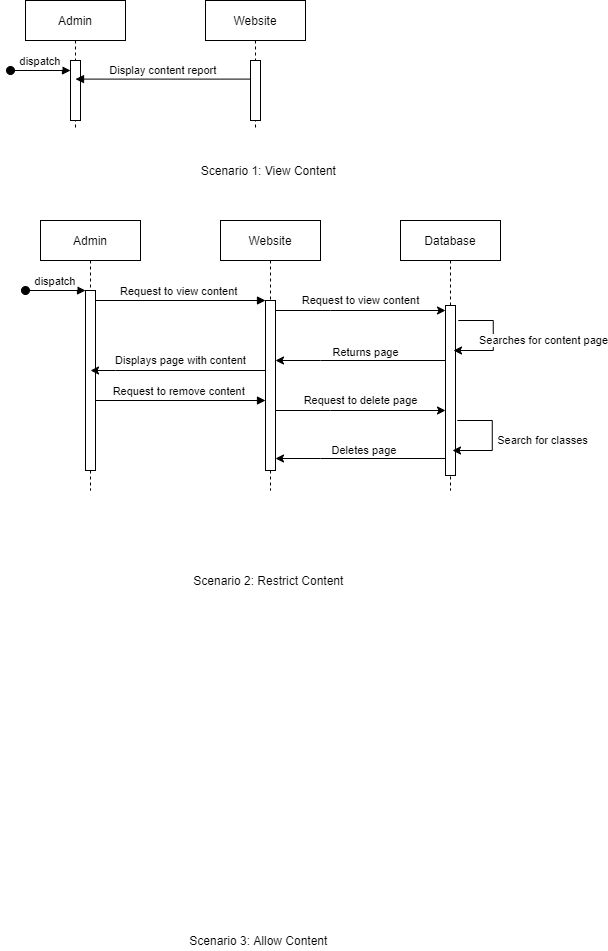
Earlier version of the draw.io export Deliverables/Week_3/Use_Case/Administrator/Sequence Diagrams/Manage Social.png (Hanandrof/Group-3-Repository). Source tidied: cells renumbered, new cells last; positions are measured from the earlier drawing's top-left corner, leaving out a move shared by most shapes.
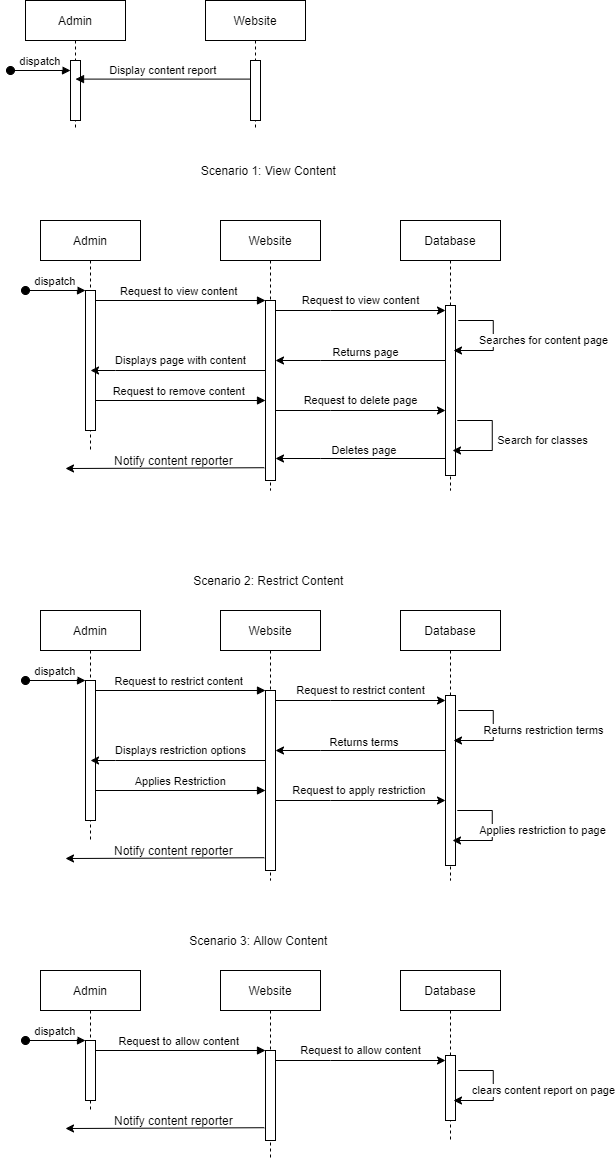
Above is the later version.

What changed in the source:
```diff
@@ -32,10 +32,10 @@
       <mxGeometry x="110" y="930" width="280" height="20" as="geometry" />
     </mxCell>
     <mxCell id="11" value="Admin" style="shape=umlLifeline;perimeter=lifelinePerimeter;rounded=0;shadow=0;strokeWidth=1;" parent="1" vertex="1">
-      <mxGeometry x="30" y="220" width="100" height="270" as="geometry" />
+      <mxGeometry x="30" y="220" width="100" height="230" as="geometry" />
     </mxCell>
     <mxCell id="12" style="points=[];perimeter=orthogonalPerimeter;rounded=0;shadow=0;strokeWidth=1;" parent="11" vertex="1">
-      <mxGeometry x="45" y="70" width="10" height="180" as="geometry" />
+      <mxGeometry x="45" y="70" width="10" height="140" as="geometry" />
     </mxCell>
     <mxCell id="13" value="dispatch" style="verticalAlign=bottom;startArrow=oval;endArrow=block;startSize=8;shadow=0;strokeWidth=1;" parent="11" edge="1" target="12">
       <mxGeometry relative="1" as="geometry">
@@ -46,7 +46,7 @@
       <mxGeometry x="210" y="220" width="100" height="270" as="geometry" />
     </mxCell>
     <mxCell id="15" style="points=[];perimeter=orthogonalPerimeter;rounded=0;shadow=0;strokeWidth=1;" parent="14" vertex="1">
-      <mxGeometry x="45" y="80" width="10" height="170" as="geometry" />
+      <mxGeometry x="45" y="80" width="10" height="180" as="geometry" />
     </mxCell>
     <mxCell id="16" value="Request to view content " style="verticalAlign=bottom;endArrow=block;entryX=0;entryY=0;shadow=0;strokeWidth=1;" parent="1" edge="1" source="12" target="15">
       <mxGeometry relative="1" as="geometry" />
@@ -146,5 +146,186 @@
         </Array>
       </mxGeometry>
     </mxCell>
+    <mxCell id="30" style="endArrow=classic;html=1;exitX=-0.124;exitY=0.929;exitDx=0;exitDy=0;exitPerimeter=0;" parent="1" edge="1" source="15">
+      <mxGeometry relative="1" as="geometry">
+        <mxPoint x="55" y="468" as="targetPoint" />
+      </mxGeometry>
+    </mxCell>
+    <mxCell id="31" value="Notify content reporter&amp;nbsp;" style="text;html=1;strokeColor=none;fillColor=none;align=center;verticalAlign=middle;whiteSpace=wrap;rounded=0;" parent="1" vertex="1">
+      <mxGeometry x="85" y="450" width="160" height="20" as="geometry" />
+    </mxCell>
+    <mxCell id="32" value="Admin" style="shape=umlLifeline;perimeter=lifelinePerimeter;rounded=0;shadow=0;strokeWidth=1;" parent="1" vertex="1">
+      <mxGeometry x="30" y="610" width="100" height="230" as="geometry" />
+    </mxCell>
+    <mxCell id="33" style="points=[];perimeter=orthogonalPerimeter;rounded=0;shadow=0;strokeWidth=1;" parent="32" vertex="1">
+      <mxGeometry x="45" y="70" width="10" height="140" as="geometry" />
+    </mxCell>
+    <mxCell id="34" value="dispatch" style="verticalAlign=bottom;startArrow=oval;endArrow=block;startSize=8;shadow=0;strokeWidth=1;" parent="32" edge="1" target="33">
+      <mxGeometry relative="1" as="geometry">
+        <mxPoint x="-15" y="70" as="sourcePoint" />
+      </mxGeometry>
+    </mxCell>
+    <mxCell id="35" value="Website" style="shape=umlLifeline;perimeter=lifelinePerimeter;rounded=0;shadow=0;strokeWidth=1;" parent="1" vertex="1">
+      <mxGeometry x="210" y="610" width="100" height="270" as="geometry" />
+    </mxCell>
+    <mxCell id="36" style="points=[];perimeter=orthogonalPerimeter;rounded=0;shadow=0;strokeWidth=1;" parent="35" vertex="1">
+      <mxGeometry x="45" y="80" width="10" height="180" as="geometry" />
+    </mxCell>
+    <mxCell id="37" value="Request to restrict content " style="verticalAlign=bottom;endArrow=block;entryX=0;entryY=0;shadow=0;strokeWidth=1;" parent="1" edge="1" source="33" target="36">
+      <mxGeometry relative="1" as="geometry" />
+    </mxCell>
+    <mxCell id="38" value="Database" style="shape=umlLifeline;perimeter=lifelinePerimeter;rounded=0;shadow=0;strokeWidth=1;" parent="1" vertex="1">
+      <mxGeometry x="390" y="610" width="100" height="270" as="geometry" />
+    </mxCell>
+    <mxCell id="39" style="perimeter=orthogonalPerimeter;rounded=0;shadow=0;strokeWidth=1;" parent="38" vertex="1">
+      <mxGeometry x="45" y="85" width="10" height="170" as="geometry" />
+    </mxCell>
+    <mxCell id="40" style="edgeStyle=orthogonalEdgeStyle;rounded=0;jettySize=auto;html=1;" parent="1" edge="1" source="36" target="32">
+      <mxGeometry relative="1" as="geometry">
+        <Array as="points">
+          <mxPoint x="105" y="760" />
+          <mxPoint x="105" y="760" />
+        </Array>
+      </mxGeometry>
+    </mxCell>
+    <mxCell id="41" value="Displays restriction options" style="edgeLabel;html=1;align=center;verticalAlign=middle;" parent="40" vertex="1">
+      <mxGeometry x="0.15" y="-1" relative="1" as="geometry">
+        <mxPoint x="15.7" y="-9" as="offset" />
+      </mxGeometry>
+    </mxCell>
+    <mxCell id="42" value="Applies Restriction" style="verticalAlign=bottom;endArrow=block;entryX=0;entryY=0;shadow=0;strokeWidth=1;" parent="1" edge="1">
+      <mxGeometry relative="1" as="geometry">
+        <mxPoint x="85" y="790" as="sourcePoint" />
+        <mxPoint x="255" y="790" as="targetPoint" />
+      </mxGeometry>
+    </mxCell>
+    <mxCell id="43" style="edgeStyle=orthogonalEdgeStyle;rounded=0;orthogonalLoop=1;jettySize=auto;html=1;" parent="1" edge="1">
+      <mxGeometry relative="1" as="geometry">
+        <mxPoint x="265" y="800" as="sourcePoint" />
+        <mxPoint x="435" y="800" as="targetPoint" />
+        <Array as="points">
+          <mxPoint x="320" y="800" />
+          <mxPoint x="320" y="800" />
+        </Array>
+      </mxGeometry>
+    </mxCell>
+    <mxCell id="44" value="Request to apply restriction&amp;nbsp;" style="edgeLabel;html=1;align=center;verticalAlign=middle;" parent="43" vertex="1">
+      <mxGeometry x="0.11" relative="1" as="geometry">
+        <mxPoint x="-9.5" y="-10" as="offset" />
+      </mxGeometry>
+    </mxCell>
+    <mxCell id="45" value="Returns restriction terms" style="edgeStyle=orthogonalEdgeStyle;rounded=0;orthogonalLoop=1;jettySize=auto;html=1;" parent="1" edge="1">
+      <mxGeometry x="0.05" y="50" relative="1" as="geometry">
+        <mxPoint x="447.8" y="710" as="sourcePoint" />
+        <mxPoint x="443" y="740" as="targetPoint" />
+        <Array as="points">
+          <mxPoint x="482.8" y="710" />
+          <mxPoint x="482.8" y="740" />
+        </Array>
+      </mxGeometry>
+    </mxCell>
+    <mxCell id="46" value="Applies restriction to page" style="edgeStyle=orthogonalEdgeStyle;rounded=0;orthogonalLoop=1;jettySize=auto;html=1;" parent="1" edge="1">
+      <mxGeometry x="0.05" y="50" relative="1" as="geometry">
+        <mxPoint x="446.8" y="810" as="sourcePoint" />
+        <mxPoint x="442" y="840" as="targetPoint" />
+        <Array as="points">
+          <mxPoint x="481.8" y="810" />
+          <mxPoint x="481.8" y="840" />
+        </Array>
+      </mxGeometry>
+    </mxCell>
+    <mxCell id="47" style="edgeStyle=orthogonalEdgeStyle;rounded=0;orthogonalLoop=1;jettySize=auto;html=1;" parent="1" edge="1">
+      <mxGeometry relative="1" as="geometry">
+        <mxPoint x="265" y="700" as="sourcePoint" />
+        <mxPoint x="435" y="700" as="targetPoint" />
+        <Array as="points">
+          <mxPoint x="320" y="700" />
+          <mxPoint x="320" y="700" />
+        </Array>
+      </mxGeometry>
+    </mxCell>
+    <mxCell id="48" value="Request to restrict content" style="edgeLabel;html=1;align=center;verticalAlign=middle;" parent="47" vertex="1">
+      <mxGeometry x="0.11" relative="1" as="geometry">
+        <mxPoint x="-9.5" y="-10" as="offset" />
+      </mxGeometry>
+    </mxCell>
+    <mxCell id="49" value="Returns terms&amp;nbsp;" style="edgeStyle=orthogonalEdgeStyle;rounded=0;orthogonalLoop=1;jettySize=auto;html=1;" parent="1" edge="1">
+      <mxGeometry x="-0.06" y="-8" relative="1" as="geometry">
+        <mxPoint x="435" y="750" as="sourcePoint" />
+        <mxPoint x="265" y="750" as="targetPoint" />
+        <Array as="points">
+          <mxPoint x="310" y="750" />
+          <mxPoint x="310" y="750" />
+        </Array>
+      </mxGeometry>
+    </mxCell>
+    <mxCell id="50" style="endArrow=classic;html=1;exitX=-0.124;exitY=0.929;exitDx=0;exitDy=0;exitPerimeter=0;" parent="1" edge="1" source="36">
+      <mxGeometry relative="1" as="geometry">
+        <mxPoint x="55" y="858" as="targetPoint" />
+      </mxGeometry>
+    </mxCell>
+    <mxCell id="51" value="Notify content reporter&amp;nbsp;" style="text;html=1;strokeColor=none;fillColor=none;align=center;verticalAlign=middle;whiteSpace=wrap;rounded=0;" parent="1" vertex="1">
+      <mxGeometry x="85" y="840" width="160" height="20" as="geometry" />
+    </mxCell>
+    <mxCell id="52" value="Admin" style="shape=umlLifeline;perimeter=lifelinePerimeter;rounded=0;shadow=0;strokeWidth=1;" parent="1" vertex="1">
+      <mxGeometry x="30" y="970" width="100" height="140" as="geometry" />
+    </mxCell>
+    <mxCell id="53" style="points=[];perimeter=orthogonalPerimeter;rounded=0;shadow=0;strokeWidth=1;" parent="52" vertex="1">
+      <mxGeometry x="45" y="70" width="10" height="60" as="geometry" />
+    </mxCell>
+    <mxCell id="54" value="dispatch" style="verticalAlign=bottom;startArrow=oval;endArrow=block;startSize=8;shadow=0;strokeWidth=1;" parent="52" edge="1" target="53">
+      <mxGeometry relative="1" as="geometry">
+        <mxPoint x="-15" y="70" as="sourcePoint" />
+      </mxGeometry>
+    </mxCell>
+    <mxCell id="55" value="Website" style="shape=umlLifeline;perimeter=lifelinePerimeter;rounded=0;shadow=0;strokeWidth=1;" parent="1" vertex="1">
+      <mxGeometry x="210" y="970" width="100" height="190" as="geometry" />
+    </mxCell>
+    <mxCell id="56" style="points=[];perimeter=orthogonalPerimeter;rounded=0;shadow=0;strokeWidth=1;" parent="55" vertex="1">
+      <mxGeometry x="45" y="80" width="10" height="90" as="geometry" />
+    </mxCell>
+    <mxCell id="57" value="Request to allow content " style="verticalAlign=bottom;endArrow=block;entryX=0;entryY=0;shadow=0;strokeWidth=1;" parent="1" edge="1" source="53" target="56">
+      <mxGeometry relative="1" as="geometry" />
+    </mxCell>
+    <mxCell id="58" value="Database" style="shape=umlLifeline;perimeter=lifelinePerimeter;rounded=0;shadow=0;strokeWidth=1;" parent="1" vertex="1">
+      <mxGeometry x="390" y="970" width="100" height="170" as="geometry" />
+    </mxCell>
+    <mxCell id="59" style="perimeter=orthogonalPerimeter;rounded=0;shadow=0;strokeWidth=1;" parent="58" vertex="1">
+      <mxGeometry x="45" y="85" width="10" height="65" as="geometry" />
+    </mxCell>
+    <mxCell id="60" value="clears content report on page" style="edgeStyle=orthogonalEdgeStyle;rounded=0;orthogonalLoop=1;jettySize=auto;html=1;" parent="1" edge="1">
+      <mxGeometry x="0.05" y="50" relative="1" as="geometry">
+        <mxPoint x="447.8" y="1070" as="sourcePoint" />
+        <mxPoint x="443" y="1100" as="targetPoint" />
+        <Array as="points">
+          <mxPoint x="482.8" y="1070" />
+          <mxPoint x="482.8" y="1100" />
+        </Array>
+      </mxGeometry>
+    </mxCell>
+    <mxCell id="61" style="edgeStyle=orthogonalEdgeStyle;rounded=0;orthogonalLoop=1;jettySize=auto;html=1;" parent="1" edge="1">
+      <mxGeometry relative="1" as="geometry">
+        <mxPoint x="265" y="1060" as="sourcePoint" />
+        <mxPoint x="435" y="1060" as="targetPoint" />
+        <Array as="points">
+          <mxPoint x="320" y="1060" />
+          <mxPoint x="320" y="1060" />
+        </Array>
+      </mxGeometry>
+    </mxCell>
+    <mxCell id="62" value="Request to allow content" style="edgeLabel;html=1;align=center;verticalAlign=middle;" parent="61" vertex="1">
+      <mxGeometry x="0.11" relative="1" as="geometry">
+        <mxPoint x="-9.5" y="-10" as="offset" />
+      </mxGeometry>
+    </mxCell>
+    <mxCell id="63" style="endArrow=classic;html=1;exitX=-0.124;exitY=0.929;exitDx=0;exitDy=0;exitPerimeter=0;" parent="1" edge="1">
+      <mxGeometry relative="1" as="geometry">
+        <mxPoint x="253.8" y="1127.2" as="sourcePoint" />
+        <mxPoint x="55" y="1128" as="targetPoint" />
+      </mxGeometry>
+    </mxCell>
+    <mxCell id="64" value="Notify content reporter&amp;nbsp;" style="text;html=1;strokeColor=none;fillColor=none;align=center;verticalAlign=middle;whiteSpace=wrap;rounded=0;" parent="1" vertex="1">
+      <mxGeometry x="85" y="1110" width="160" height="20" as="geometry" />
+    </mxCell>
   </root>
 </mxGraphModel>
```
